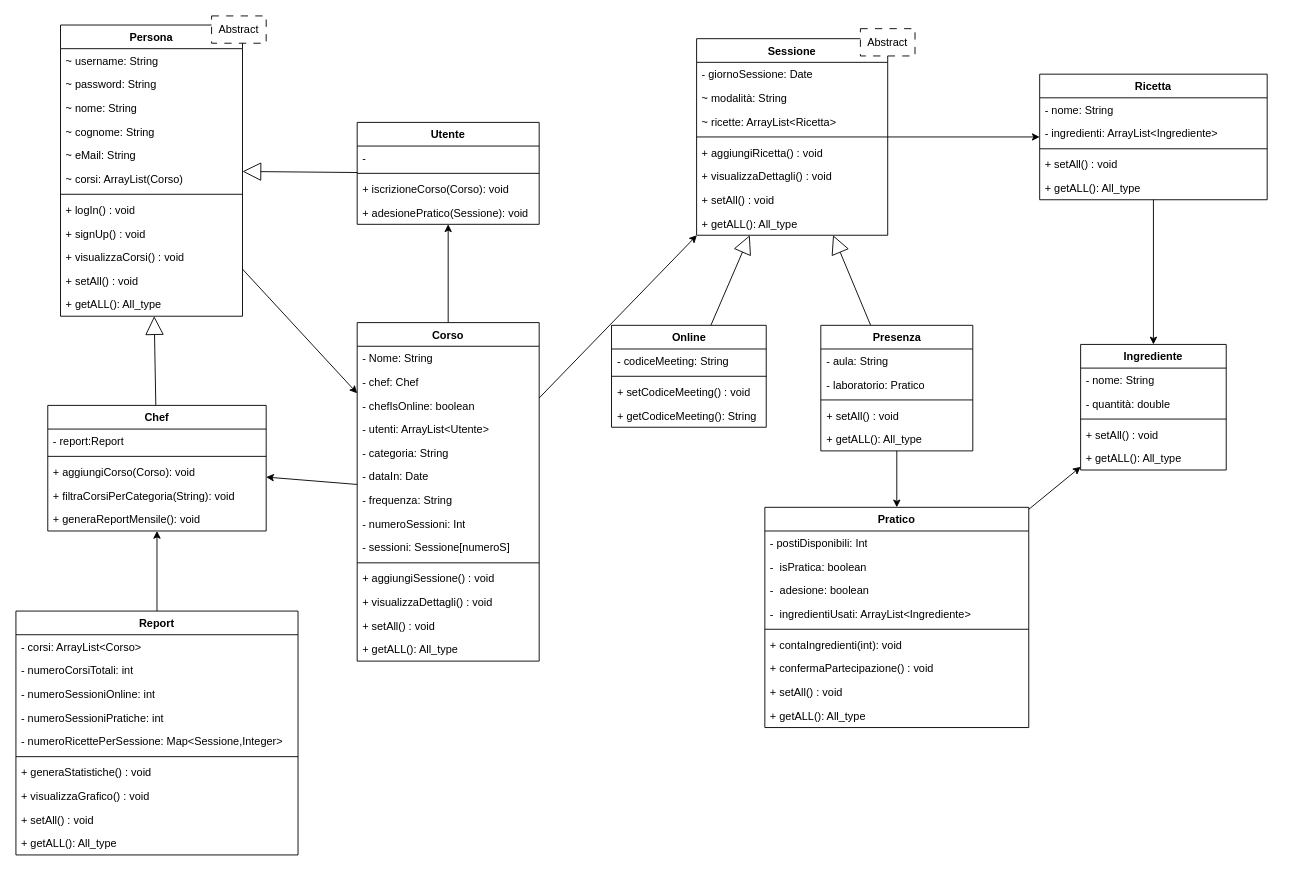
Above: page "UMLOBJ" (1 of 2) of obj/uml/UML1.drawio in MetisWastaken/UninaFoodLab (draw.io), before the change. Source tidied: cells renumbered, new cells numbered last; positions are measured from the earlier drawing's top-left corner, leaving out a move shared by most shapes. Both pictures are drawn from the tidied source at 91%, with x=0, y=0 at pixel (15, 15).
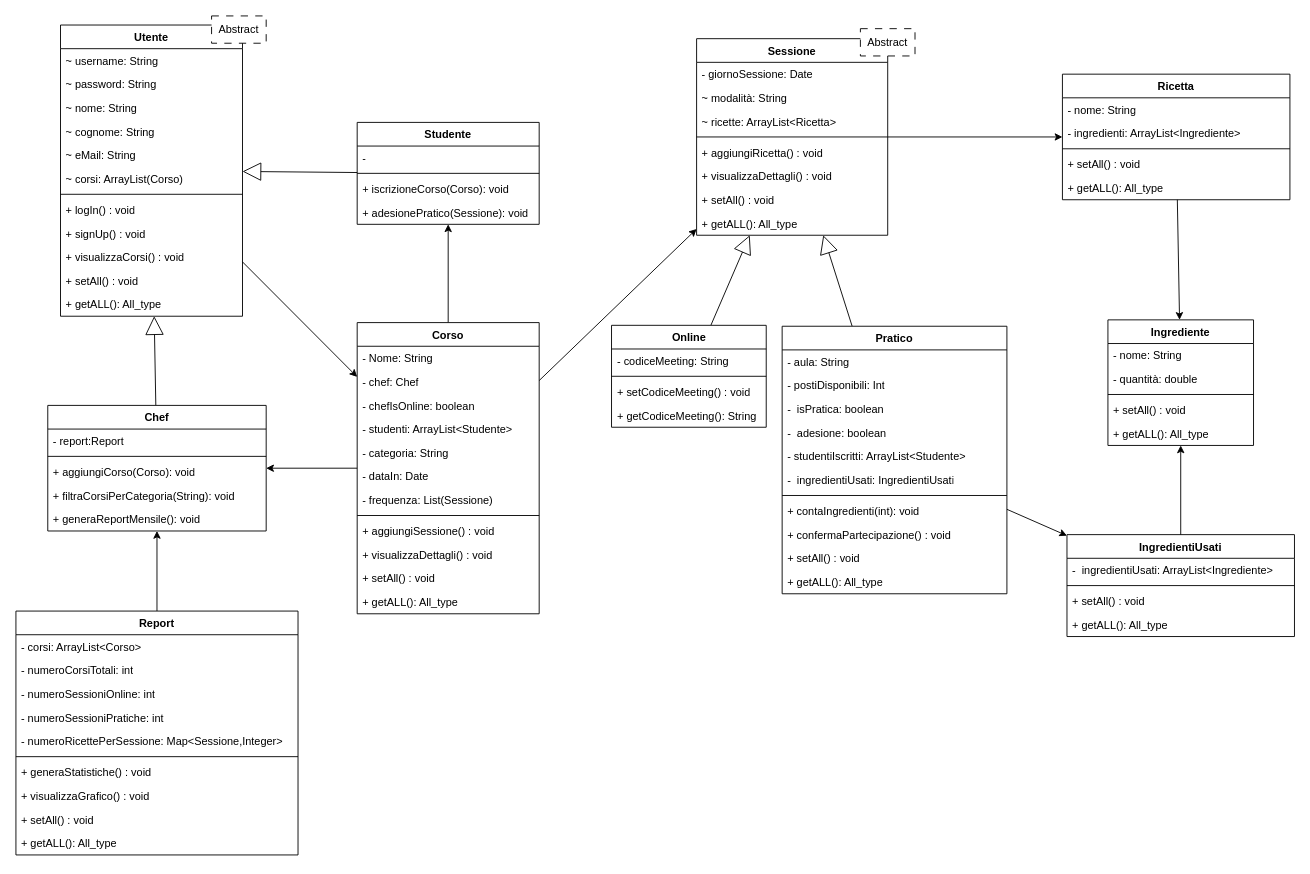
The same page after the edit.

The change refers to these unchanged cells:
```xml
<mxCell id="48" value="Sessione" style="swimlane;align=center;verticalAlign=top;horizontal=1;startSize=26;whiteSpace=wrap;html=1;" parent="1" vertex="1">
  <mxGeometry x="748" y="25" width="210" height="216" as="geometry" />
</mxCell>
```

Change to the diagram source:
```diff
@@
     <mxCell id="5" value="Corso" style="swimlane;align=center;verticalAlign=top;horizontal=1;startSize=26;whiteSpace=wrap;html=1;" parent="1" vertex="1">
-      <mxGeometry x="375" y="337" width="200" height="372" as="geometry" />
+      <mxGeometry x="375" y="337" width="200" height="320" as="geometry" />
     </mxCell>
@@
-    <mxCell id="9" value="- utenti: ArrayList&amp;lt;Utente&amp;gt;" style="text;strokeColor=none;fillColor=none;align=left;verticalAlign=top;spacingLeft=4;spacingRight=4;overflow=hidden;whiteSpace=wrap;html=1;" parent="5" vertex="1">
+    <mxCell id="9" value="- studenti: ArrayList&amp;lt;Studente&amp;gt;" style="text;strokeColor=none;fillColor=none;align=left;verticalAlign=top;spacingLeft=4;spacingRight=4;overflow=hidden;whiteSpace=wrap;html=1;" parent="5" vertex="1">
       <mxGeometry y="104" width="200" height="26" as="geometry" />
     </mxCell>
@@
-    <mxCell id="12" value="- frequenza: String" style="text;strokeColor=none;fillColor=none;align=left;verticalAlign=top;spacingLeft=4;spacingRight=4;overflow=hidden;whiteSpace=wrap;html=1;" parent="5" vertex="1">
+    <mxCell id="12" value="- frequenza: List(Sessione)" style="text;strokeColor=none;fillColor=none;align=left;verticalAlign=top;spacingLeft=4;spacingRight=4;overflow=hidden;whiteSpace=wrap;html=1;" parent="5" vertex="1">
       <mxGeometry y="182" width="200" height="26" as="geometry" />
     </mxCell>
-    <mxCell id="13" value="- numeroSessioni: Int" style="text;strokeColor=none;fillColor=none;align=left;verticalAlign=top;spacingLeft=4;spacingRight=4;overflow=hidden;whiteSpace=wrap;html=1;" parent="5" vertex="1">
-      <mxGeometry y="208" width="200" height="26" as="geometry" />
-    </mxCell>
-    <mxCell id="14" value="- sessioni: Sessione[numeroS]" style="text;strokeColor=none;fillColor=none;align=left;verticalAlign=top;spacingLeft=4;spacingRight=4;overflow=hidden;whiteSpace=wrap;html=1;" parent="5" vertex="1">
-      <mxGeometry y="234" width="200" height="26" as="geometry" />
-    </mxCell>
     <mxCell id="15" style="line;strokeWidth=1;fillColor=none;align=left;verticalAlign=middle;spacingTop=-1;spacingLeft=3;spacingRight=3;labelPosition=right;strokeColor=inherit;" parent="5" vertex="1">
-      <mxGeometry y="260" width="200" height="8" as="geometry" />
+      <mxGeometry y="208" width="200" height="8" as="geometry" />
     </mxCell>
     <mxCell id="16" value="+ aggiungiSessione() : void" style="text;strokeColor=none;fillColor=none;align=left;verticalAlign=top;spacingLeft=4;spacingRight=4;overflow=hidden;whiteSpace=wrap;html=1;" parent="5" vertex="1">
-      <mxGeometry y="268" width="200" height="26" as="geometry" />
+      <mxGeometry y="216" width="200" height="26" as="geometry" />
     </mxCell>
     <mxCell id="17" value="+ visualizzaDettagli() : void" style="text;strokeColor=none;fillColor=none;align=left;verticalAlign=top;spacingLeft=4;spacingRight=4;overflow=hidden;whiteSpace=wrap;html=1;" parent="5" vertex="1">
-      <mxGeometry y="294" width="200" height="26" as="geometry" />
+      <mxGeometry y="242" width="200" height="26" as="geometry" />
     </mxCell>
     <mxCell id="18" value="+ setAll() : void" style="text;strokeColor=none;fillColor=none;align=left;verticalAlign=top;spacingLeft=4;spacingRight=4;overflow=hidden;whiteSpace=wrap;html=1;" parent="5" vertex="1">
-      <mxGeometry y="320" width="200" height="26" as="geometry" />
+      <mxGeometry y="268" width="200" height="26" as="geometry" />
     </mxCell>
     <mxCell id="19" value="+ getALL(): All_type" style="text;strokeColor=none;fillColor=none;align=left;verticalAlign=top;spacingLeft=4;spacingRight=4;overflow=hidden;whiteSpace=wrap;html=1;" parent="5" vertex="1">
-      <mxGeometry y="346" width="200" height="26" as="geometry" />
+      <mxGeometry y="294" width="200" height="26" as="geometry" />
     </mxCell>
@@
-    <mxCell id="21" value="Persona" style="swimlane;align=center;verticalAlign=top;horizontal=1;startSize=26;whiteSpace=wrap;html=1;" parent="1" vertex="1">
+    <mxCell id="21" value="Utente" style="swimlane;align=center;verticalAlign=top;horizontal=1;startSize=26;whiteSpace=wrap;html=1;" parent="1" vertex="1">
       <mxGeometry x="49" y="10" width="200" height="320" as="geometry" />
     </mxCell>
@@
-    <mxCell id="42" value="Utente" style="swimlane;align=center;verticalAlign=top;horizontal=1;startSize=26;whiteSpace=wrap;html=1;" parent="1" vertex="1">
+    <mxCell id="42" value="Studente" style="swimlane;align=center;verticalAlign=top;horizontal=1;startSize=26;whiteSpace=wrap;html=1;" parent="1" vertex="1">
       <mxGeometry x="375" y="117" width="200" height="112" as="geometry" />
     </mxCell>
@@
     <mxCell id="63" value="Ingrediente" style="swimlane;align=center;verticalAlign=top;horizontal=1;startSize=26;whiteSpace=wrap;html=1;" parent="1" vertex="1">
-      <mxGeometry x="1170" y="361" width="160" height="138" as="geometry" />
+      <mxGeometry x="1200" y="334" width="160" height="138" as="geometry" />
     </mxCell>
@@
-    <mxCell id="69" style="edgeStyle=none;shape=connector;rounded=0;jettySize=auto;html=1;strokeColor=default;strokeWidth=1;align=center;verticalAlign=middle;endArrow=block;endFill=0;endSize=18;" parent="1" edge="1" source="71" target="48">
+    <mxCell id="69" style="edgeStyle=none;shape=connector;rounded=0;jettySize=auto;html=1;strokeColor=default;strokeWidth=1;align=center;verticalAlign=middle;endArrow=block;endFill=0;endSize=18;" parent="1" edge="1" source="80" target="48">
       <mxGeometry relative="1" as="geometry" />
     </mxCell>
-    <mxCell id="70" style="edgeStyle=orthogonalEdgeStyle;rounded=0;jettySize=auto;html=1;" parent="1" edge="1" source="71" target="80">
-      <mxGeometry relative="1" as="geometry" />
-    </mxCell>
-    <mxCell id="71" value="Presenza" style="swimlane;align=center;verticalAlign=top;horizontal=1;startSize=26;whiteSpace=wrap;html=1;" parent="1" vertex="1">
-      <mxGeometry x="884.5" y="340" width="167" height="138" as="geometry" />
-    </mxCell>
-    <mxCell id="72" value="- aula: String" style="text;strokeColor=none;fillColor=none;align=left;verticalAlign=top;spacingLeft=4;spacingRight=4;overflow=hidden;whiteSpace=wrap;html=1;" parent="71" vertex="1">
-      <mxGeometry y="26" width="167" height="26" as="geometry" />
-    </mxCell>
-    <mxCell id="73" value="- laboratorio: Pratico" style="text;strokeColor=none;fillColor=none;align=left;verticalAlign=top;spacingLeft=4;spacingRight=4;overflow=hidden;whiteSpace=wrap;html=1;" parent="71" vertex="1">
-      <mxGeometry y="52" width="167" height="26" as="geometry" />
-    </mxCell>
-    <mxCell id="74" style="line;strokeWidth=1;fillColor=none;align=left;verticalAlign=middle;spacingTop=-1;spacingLeft=3;spacingRight=3;labelPosition=right;strokeColor=inherit;" parent="71" vertex="1">
-      <mxGeometry y="78" width="167" height="8" as="geometry" />
-    </mxCell>
-    <mxCell id="75" value="+ setAll() : void" style="text;strokeColor=none;fillColor=none;align=left;verticalAlign=top;spacingLeft=4;spacingRight=4;overflow=hidden;whiteSpace=wrap;html=1;" parent="71" vertex="1">
-      <mxGeometry y="86" width="167" height="26" as="geometry" />
-    </mxCell>
-    <mxCell id="76" value="+ getALL(): All_type" style="text;strokeColor=none;fillColor=none;align=left;verticalAlign=top;spacingLeft=4;spacingRight=4;overflow=hidden;whiteSpace=wrap;html=1;" parent="71" vertex="1">
-      <mxGeometry y="112" width="167" height="26" as="geometry" />
-    </mxCell>
@@
-    <mxCell id="79" style="edgeStyle=none;shape=connector;rounded=0;jettySize=auto;html=1;strokeColor=default;align=center;verticalAlign=middle;endArrow=classic;" parent="1" edge="1" source="80" target="63">
+    <mxCell id="79" style="edgeStyle=none;shape=connector;rounded=0;jettySize=auto;html=1;strokeColor=default;align=center;verticalAlign=middle;endArrow=classic;" parent="1" edge="1" source="80" target="111">
       <mxGeometry relative="1" as="geometry" />
     </mxCell>
     <mxCell id="80" value="Pratico" style="swimlane;align=center;verticalAlign=top;horizontal=1;startSize=26;whiteSpace=wrap;html=1;" parent="1" vertex="1">
-      <mxGeometry x="823" y="540" width="290" height="242" as="geometry" />
+      <mxGeometry x="842" y="341" width="247" height="294" as="geometry" />
     </mxCell>
+    <mxCell id="72" value="- aula: String" style="text;strokeColor=none;fillColor=none;align=left;verticalAlign=top;spacingLeft=4;spacingRight=4;overflow=hidden;whiteSpace=wrap;html=1;" parent="80" vertex="1">
+      <mxGeometry y="26" width="247" height="26" as="geometry" />
+    </mxCell>
     <mxCell id="81" value="- postiDisponibili: Int" style="text;strokeColor=none;fillColor=none;align=left;verticalAlign=top;spacingLeft=4;spacingRight=4;overflow=hidden;whiteSpace=wrap;html=1;" parent="80" vertex="1">
-      <mxGeometry y="26" width="290" height="26" as="geometry" />
+      <mxGeometry y="52" width="247" height="26" as="geometry" />
     </mxCell>
     <mxCell id="82" value="-&amp;nbsp; isPratica: boolean" style="text;strokeColor=none;fillColor=none;align=left;verticalAlign=top;spacingLeft=4;spacingRight=4;overflow=hidden;whiteSpace=wrap;html=1;" parent="80" vertex="1">
-      <mxGeometry y="52" width="290" height="26" as="geometry" />
+      <mxGeometry y="78" width="247" height="26" as="geometry" />
     </mxCell>
     <mxCell id="83" value="-&amp;nbsp; adesione: boolean" style="text;strokeColor=none;fillColor=none;align=left;verticalAlign=top;spacingLeft=4;spacingRight=4;overflow=hidden;whiteSpace=wrap;html=1;" parent="80" vertex="1">
-      <mxGeometry y="78" width="290" height="26" as="geometry" />
+      <mxGeometry y="104" width="247" height="26" as="geometry" />
     </mxCell>
-    <mxCell id="84" value="-&amp;nbsp; ingredientiUsati: ArrayList&amp;lt;Ingrediente&amp;gt;" style="text;strokeColor=none;fillColor=none;align=left;verticalAlign=top;spacingLeft=4;spacingRight=4;overflow=hidden;whiteSpace=wrap;html=1;" parent="80" vertex="1">
-      <mxGeometry y="104" width="290" height="26" as="geometry" />
-    </mxCell>
+    <mxCell id="109" value="- studentiIscritti: ArrayList&amp;lt;Studente&amp;gt;" style="text;strokeColor=none;fillColor=none;align=left;verticalAlign=top;spacingLeft=4;spacingRight=4;overflow=hidden;whiteSpace=wrap;html=1;" parent="80" vertex="1">
+      <mxGeometry y="130" width="247" height="26" as="geometry" />
+    </mxCell>
+    <mxCell id="110" value="-&amp;nbsp; ingredientiUsati: IngredientiUsati" style="text;strokeColor=none;fillColor=none;align=left;verticalAlign=top;spacingLeft=4;spacingRight=4;overflow=hidden;whiteSpace=wrap;html=1;" parent="80" vertex="1">
+      <mxGeometry y="156" width="247" height="26" as="geometry" />
+    </mxCell>
     <mxCell id="85" style="line;strokeWidth=1;fillColor=none;align=left;verticalAlign=middle;spacingTop=-1;spacingLeft=3;spacingRight=3;labelPosition=right;strokeColor=inherit;" parent="80" vertex="1">
-      <mxGeometry y="130" width="290" height="8" as="geometry" />
+      <mxGeometry y="182" width="247" height="8" as="geometry" />
     </mxCell>
     <mxCell id="86" value="+ contaIngredienti(int): void" style="text;strokeColor=none;fillColor=none;align=left;verticalAlign=top;spacingLeft=4;spacingRight=4;overflow=hidden;whiteSpace=wrap;html=1;" parent="80" vertex="1">
-      <mxGeometry y="138" width="290" height="26" as="geometry" />
+      <mxGeometry y="190" width="247" height="26" as="geometry" />
     </mxCell>
     <mxCell id="87" value="+ confermaPartecipazione() : void" style="text;strokeColor=none;fillColor=none;align=left;verticalAlign=top;spacingLeft=4;spacingRight=4;overflow=hidden;whiteSpace=wrap;html=1;" parent="80" vertex="1">
-      <mxGeometry y="164" width="290" height="26" as="geometry" />
+      <mxGeometry y="216" width="247" height="26" as="geometry" />
     </mxCell>
     <mxCell id="88" value="+ setAll() : void" style="text;strokeColor=none;fillColor=none;align=left;verticalAlign=top;spacingLeft=4;spacingRight=4;overflow=hidden;whiteSpace=wrap;html=1;" parent="80" vertex="1">
-      <mxGeometry y="190" width="290" height="26" as="geometry" />
+      <mxGeometry y="242" width="247" height="26" as="geometry" />
     </mxCell>
     <mxCell id="89" value="+ getALL(): All_type" style="text;strokeColor=none;fillColor=none;align=left;verticalAlign=top;spacingLeft=4;spacingRight=4;overflow=hidden;whiteSpace=wrap;html=1;" parent="80" vertex="1">
-      <mxGeometry y="216" width="290" height="26" as="geometry" />
+      <mxGeometry y="268" width="247" height="26" as="geometry" />
     </mxCell>
@@
     <mxCell id="103" value="Ricetta" style="swimlane;align=center;verticalAlign=top;horizontal=1;startSize=26;whiteSpace=wrap;html=1;" parent="1" vertex="1">
-      <mxGeometry x="1125" y="64" width="250" height="138" as="geometry" />
+      <mxGeometry x="1150" y="64" width="250" height="138" as="geometry" />
     </mxCell>
@@
+    <mxCell id="111" value="IngredientiUsati" style="swimlane;align=center;verticalAlign=top;horizontal=1;startSize=26;whiteSpace=wrap;html=1;" parent="1" vertex="1">
+      <mxGeometry x="1155" y="570" width="250" height="112" as="geometry" />
+    </mxCell>
+    <mxCell id="84" value="-&amp;nbsp; ingredientiUsati: ArrayList&amp;lt;Ingrediente&amp;gt;" style="text;strokeColor=none;fillColor=none;align=left;verticalAlign=top;spacingLeft=4;spacingRight=4;overflow=hidden;whiteSpace=wrap;html=1;" parent="111" vertex="1">
+      <mxGeometry y="26" width="250" height="26" as="geometry" />
+    </mxCell>
+    <mxCell id="112" style="line;strokeWidth=1;fillColor=none;align=left;verticalAlign=middle;spacingTop=-1;spacingLeft=3;spacingRight=3;labelPosition=right;strokeColor=inherit;" parent="111" vertex="1">
+      <mxGeometry y="52" width="250" height="8" as="geometry" />
+    </mxCell>
+    <mxCell id="75" value="+ setAll() : void" style="text;strokeColor=none;fillColor=none;align=left;verticalAlign=top;spacingLeft=4;spacingRight=4;overflow=hidden;whiteSpace=wrap;html=1;" parent="111" vertex="1">
+      <mxGeometry y="60" width="250" height="26" as="geometry" />
+    </mxCell>
+    <mxCell id="76" value="+ getALL(): All_type" style="text;strokeColor=none;fillColor=none;align=left;verticalAlign=top;spacingLeft=4;spacingRight=4;overflow=hidden;whiteSpace=wrap;html=1;" parent="111" vertex="1">
+      <mxGeometry y="86" width="250" height="26" as="geometry" />
+    </mxCell>
+    <mxCell id="113" style="edgeStyle=none;shape=connector;rounded=0;jettySize=auto;html=1;strokeColor=default;strokeWidth=1;align=center;verticalAlign=middle;fontFamily=Helvetica;fontSize=11;fontColor=default;labelBackgroundColor=default;endArrow=classic;endFill=1;endSize=6;" parent="1" edge="1" source="111" target="63">
+      <mxGeometry relative="1" as="geometry" />
+    </mxCell>
```
